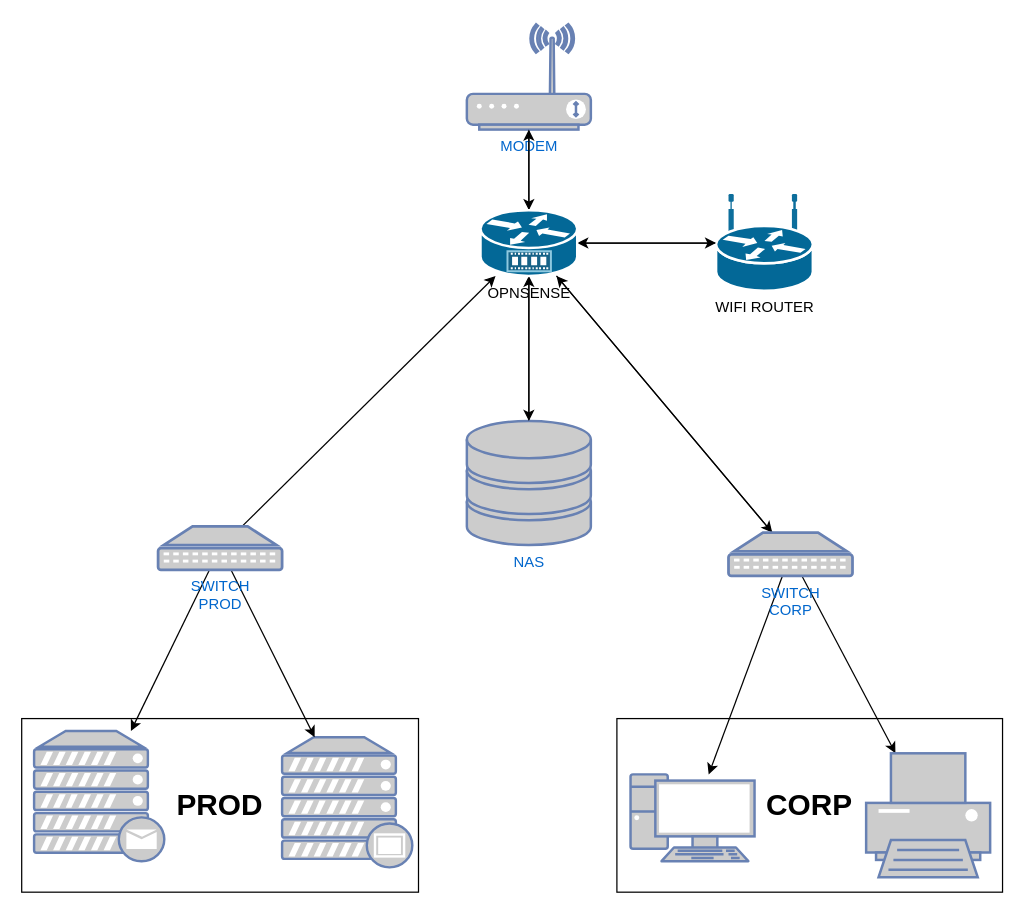
Above: network.drawio in shierahall302/k-project (draw.io), before the change. Source tidied: cells renumbered, new cells numbered last; positions are measured from the earlier drawing's top-left corner, leaving out a move shared by most shapes. Both pictures are drawn from the tidied source at 124%, with x=0, y=0 at pixel (21, 24).
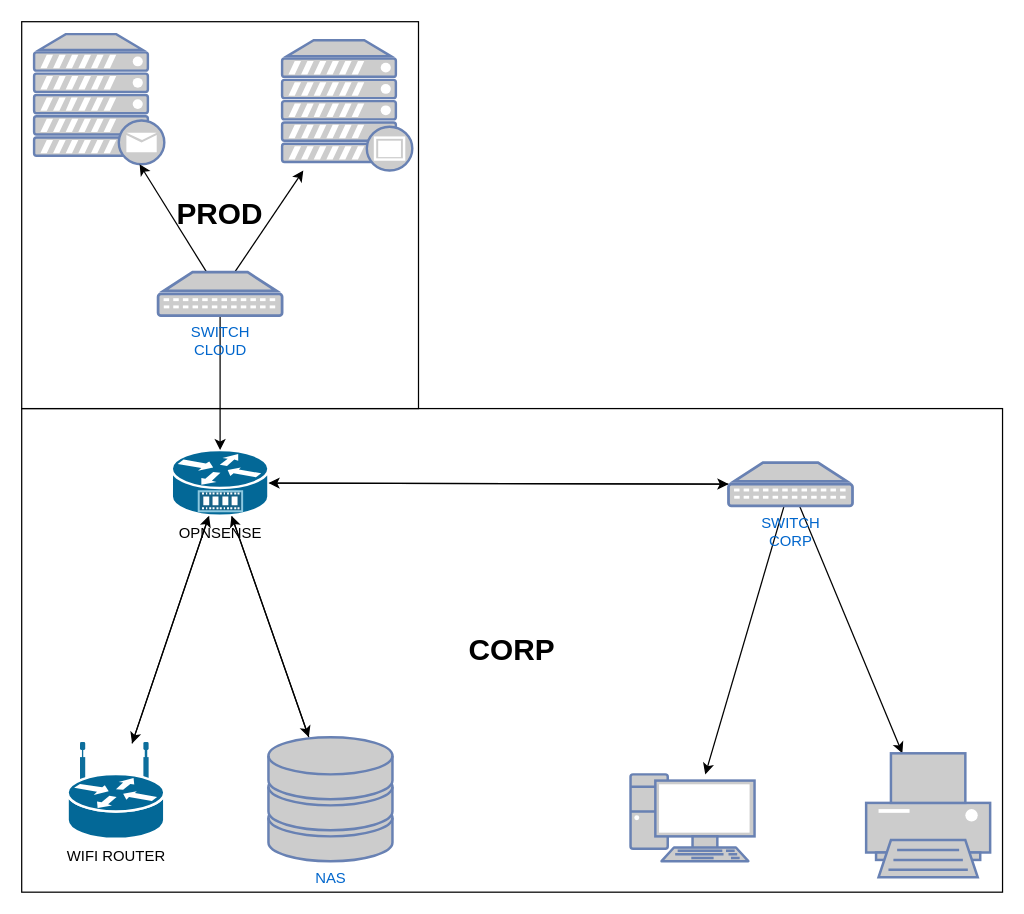
The same page after the edit.

What changed in the source:
```diff
@@
     <mxCell id="2" value="&lt;h1&gt;CORP&lt;/h1&gt;" style="rounded=0;whiteSpace=wrap;html=1;" parent="1" vertex="1">
-      <mxGeometry x="480" y="560" width="311" height="140" as="geometry" />
+      <mxGeometry y="310" width="791" height="390" as="geometry" />
     </mxCell>
     <mxCell id="3" value="&lt;h1 style=&quot;&quot;&gt;PROD&lt;/h1&gt;" style="rounded=0;whiteSpace=wrap;html=1;align=center;" parent="1" vertex="1">
-      <mxGeometry y="560" width="320" height="140" as="geometry" />
+      <mxGeometry y="-2" width="320" height="312" as="geometry" />
     </mxCell>
@@
     <mxCell id="5" value="NAS&lt;br&gt;" style="fontColor=#0066CC;verticalAlign=top;verticalLabelPosition=bottom;labelPosition=center;align=center;html=1;outlineConnect=0;fillColor=#CCCCCC;strokeColor=#6881B3;gradientColor=none;gradientDirection=north;strokeWidth=2;shape=mxgraph.networks.storage;" parent="1" vertex="1">
-      <mxGeometry x="359" y="320" width="100" height="100" as="geometry" />
+      <mxGeometry x="199" y="575" width="100" height="100" as="geometry" />
     </mxCell>
-    <mxCell id="6" style="edgeStyle=none;html=1;" parent="1" edge="1" source="7" target="14">
-      <mxGeometry relative="1" as="geometry" />
-    </mxCell>
-    <mxCell id="7" value="MODEM" style="fontColor=#0066CC;verticalAlign=top;verticalLabelPosition=bottom;labelPosition=center;align=center;html=1;outlineConnect=0;fillColor=#CCCCCC;strokeColor=#6881B3;gradientColor=none;gradientDirection=north;strokeWidth=2;shape=mxgraph.networks.wireless_modem;" parent="1" vertex="1">
-      <mxGeometry x="359" width="100" height="85" as="geometry" />
-    </mxCell>
@@
     <mxCell id="9" value="WIFI ROUTER" style="shape=mxgraph.cisco.routers.wireless_router;sketch=0;html=1;dashed=0;fillColor=#036897;strokeColor=#ffffff;strokeWidth=2;verticalLabelPosition=bottom;verticalAlign=top;align=center;outlineConnect=0;" parent="1" vertex="1">
-      <mxGeometry x="560" y="138" width="78" height="77" as="geometry" />
+      <mxGeometry x="37" y="580" width="78" height="77" as="geometry" />
     </mxCell>
-    <mxCell id="10" style="edgeStyle=none;html=1;" parent="1" edge="1" source="14" target="7">
-      <mxGeometry relative="1" as="geometry" />
-    </mxCell>
@@
     <mxCell id="14" value="OPNSENSE" style="shape=mxgraph.cisco.routers.service_router;sketch=0;html=1;dashed=0;fillColor=#036897;strokeColor=#ffffff;strokeWidth=2;verticalLabelPosition=bottom;verticalAlign=top;align=center;outlineConnect=0;" parent="1" vertex="1">
-      <mxGeometry x="370" y="150" width="78" height="53" as="geometry" />
+      <mxGeometry x="121" y="343.5" width="78" height="53" as="geometry" />
     </mxCell>
     <mxCell id="15" style="fontColor=#0066CC;verticalAlign=top;verticalLabelPosition=bottom;labelPosition=center;align=center;html=1;outlineConnect=0;fillColor=#CCCCCC;strokeColor=#6881B3;gradientColor=none;gradientDirection=north;strokeWidth=2;shape=mxgraph.networks.mail_server;" parent="1" vertex="1">
-      <mxGeometry x="10" y="570" width="105" height="105" as="geometry" />
+      <mxGeometry x="10" y="8" width="105" height="105" as="geometry" />
     </mxCell>
     <mxCell id="16" style="fontColor=#0066CC;verticalAlign=top;verticalLabelPosition=bottom;labelPosition=center;align=center;html=1;outlineConnect=0;fillColor=#CCCCCC;strokeColor=#6881B3;gradientColor=none;gradientDirection=north;strokeWidth=2;shape=mxgraph.networks.proxy_server;" parent="1" vertex="1">
-      <mxGeometry x="210" y="575" width="105" height="105" as="geometry" />
+      <mxGeometry x="210" y="13" width="105" height="105" as="geometry" />
     </mxCell>
@@
-    <mxCell id="20" value="SWITCH&lt;br&gt;PROD" style="fontColor=#0066CC;verticalAlign=top;verticalLabelPosition=bottom;labelPosition=center;align=center;html=1;outlineConnect=0;fillColor=#CCCCCC;strokeColor=#6881B3;gradientColor=none;gradientDirection=north;strokeWidth=2;shape=mxgraph.networks.patch_panel;" parent="1" vertex="1">
-      <mxGeometry x="110" y="405" width="100" height="35" as="geometry" />
+    <mxCell id="20" value="SWITCH&lt;br&gt;CLOUD&lt;br&gt;" style="fontColor=#0066CC;verticalAlign=top;verticalLabelPosition=bottom;labelPosition=center;align=center;html=1;outlineConnect=0;fillColor=#CCCCCC;strokeColor=#6881B3;gradientColor=none;gradientDirection=north;strokeWidth=2;shape=mxgraph.networks.patch_panel;" parent="1" vertex="1">
+      <mxGeometry x="110" y="200" width="100" height="35" as="geometry" />
     </mxCell>
@@
     <mxCell id="24" value="SWITCH&lt;br&gt;CORP" style="fontColor=#0066CC;verticalAlign=top;verticalLabelPosition=bottom;labelPosition=center;align=center;html=1;outlineConnect=0;fillColor=#CCCCCC;strokeColor=#6881B3;gradientColor=none;gradientDirection=north;strokeWidth=2;shape=mxgraph.networks.patch_panel;" parent="1" vertex="1">
-      <mxGeometry x="570" y="410" width="100" height="35" as="geometry" />
+      <mxGeometry x="570" y="353.5" width="100" height="35" as="geometry" />
     </mxCell>
```
